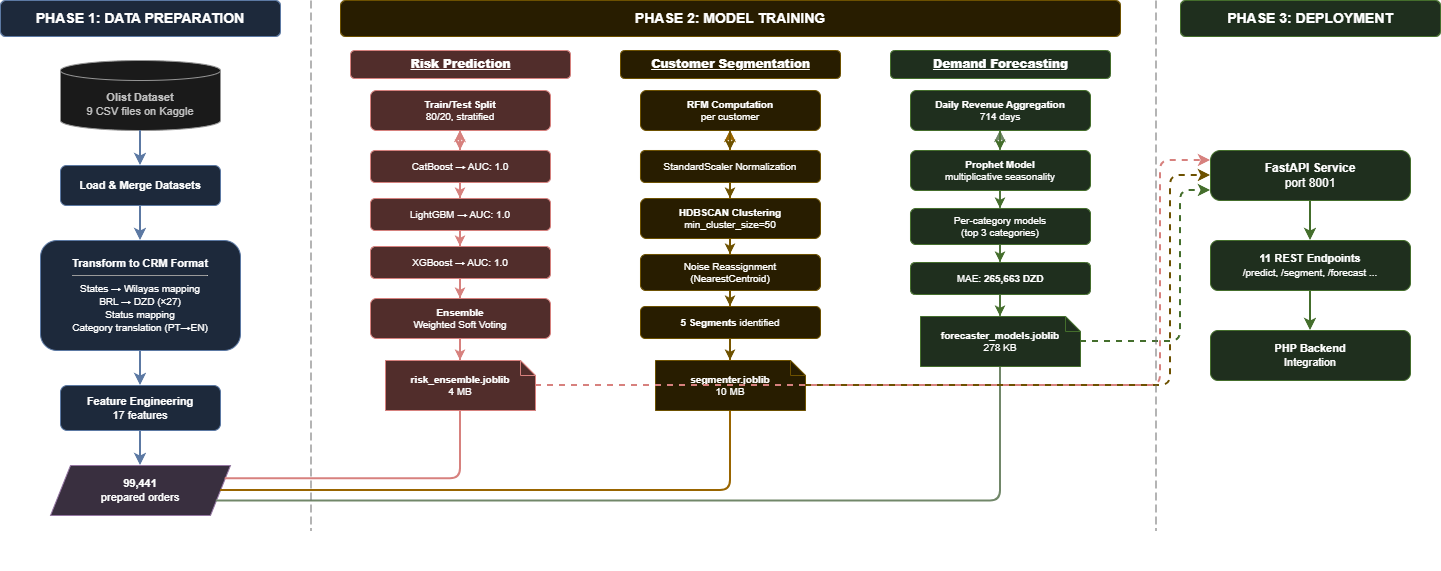
Before: docs/diagrams/ml_pipeline.drawio.png, a diagram exported from draw.io (amine-dubs/COD-CRM). Source tidied: cells renumbered, new cells last; positions are measured from the earlier drawing's top-left corner, leaving out a move shared by most shapes.
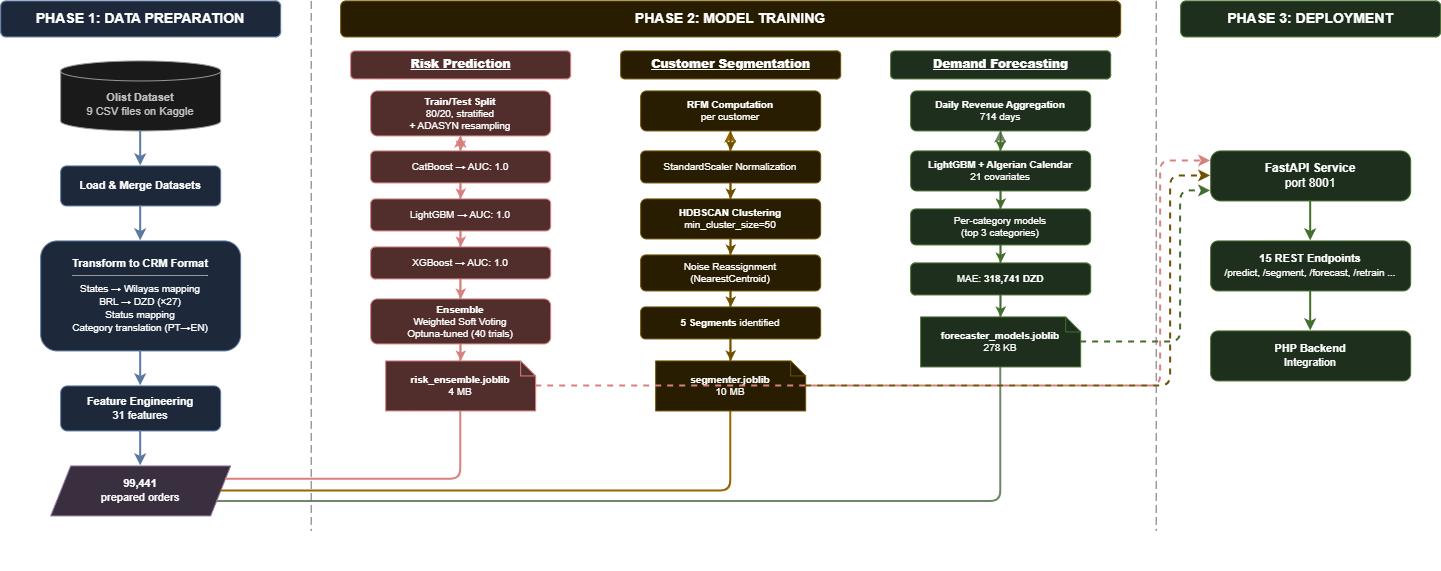
Above is the later version.

What changed in the source:
```diff
@@ -26,21 +26,21 @@
     <mxCell id="9" style="edgeStyle=orthogonalEdgeStyle;rounded=0;strokeColor=#6c8ebf;strokeWidth=2;" parent="1" edge="1" source="6" target="8">
       <mxGeometry relative="1" as="geometry" />
     </mxCell>
-    <mxCell id="10" value="&lt;b&gt;Feature Engineering&lt;/b&gt;&lt;br&gt;17 features" style="rounded=1;whiteSpace=wrap;html=1;fillColor=#dae8fc;strokeColor=#6c8ebf;fontSize=11;" parent="1" vertex="1">
-      <mxGeometry x="60" y="385" width="160" height="45" as="geometry" />
-    </mxCell>
-    <mxCell id="11" style="edgeStyle=orthogonalEdgeStyle;rounded=0;strokeColor=#6c8ebf;strokeWidth=2;" parent="1" edge="1" source="8" target="10">
-      <mxGeometry relative="1" as="geometry" />
-    </mxCell>
+    <mxCell id="62" value="&lt;b&gt;Feature Engineering&lt;/b&gt;&lt;br&gt;31 features" style="rounded=1;whiteSpace=wrap;html=1;fillColor=#dae8fc;strokeColor=#6c8ebf;fontSize=11;" parent="1" vertex="1">
+      <mxGeometry x="60" y="385" width="160" height="45" as="geometry" />
+    </mxCell>
+    <mxCell id="63" style="edgeStyle=orthogonalEdgeStyle;rounded=0;strokeColor=#6c8ebf;strokeWidth=2;" parent="1" edge="1" source="8" target="62">
+      <mxGeometry relative="1" as="geometry" />
+    </mxCell>
     <mxCell id="12" value="&lt;b&gt;99,441&lt;/b&gt;&lt;br&gt;prepared orders" style="shape=parallelogram;perimeter=parallelogramPerimeter;whiteSpace=wrap;html=1;fixedSize=1;fillColor=#e1d5e7;strokeColor=#9673a6;fontSize=11;" parent="1" vertex="1">
       <mxGeometry x="50" y="465" width="180" height="50" as="geometry" />
     </mxCell>
-    <mxCell id="13" style="edgeStyle=orthogonalEdgeStyle;rounded=0;strokeColor=#6c8ebf;strokeWidth=2;" parent="1" edge="1" source="10" target="12">
-      <mxGeometry relative="1" as="geometry" />
-    </mxCell>
-    <mxCell id="14" style="edgeStyle=orthogonalEdgeStyle;rounded=1;strokeColor=#b85450;strokeWidth=2;exitX=1;exitY=0.25;exitDx=0;exitDy=0;" parent="1" edge="1" source="12" target="18">
-      <mxGeometry relative="1" as="geometry" />
-    </mxCell>
+    <mxCell id="64" style="edgeStyle=orthogonalEdgeStyle;rounded=0;strokeColor=#6c8ebf;strokeWidth=2;" parent="1" edge="1" source="62" target="12">
+      <mxGeometry relative="1" as="geometry" />
+    </mxCell>
+    <mxCell id="65" style="edgeStyle=orthogonalEdgeStyle;rounded=1;strokeColor=#b85450;strokeWidth=2;exitX=1;exitY=0.25;exitDx=0;exitDy=0;" parent="1" edge="1" source="12" target="66">
+      <mxGeometry relative="1" as="geometry" />
+    </mxCell>
     <mxCell id="15" style="edgeStyle=orthogonalEdgeStyle;rounded=1;strokeColor=#d79b00;strokeWidth=2;exitX=1;exitY=0.5;exitDx=0;exitDy=0;" parent="1" edge="1" source="12" target="30">
       <mxGeometry relative="1" as="geometry" />
     </mxCell>
@@ -50,15 +50,15 @@
     <mxCell id="17" value="&lt;b&gt;Risk Prediction&lt;/b&gt;" style="text;html=1;fontSize=12;fontStyle=5;align=center;verticalAlign=middle;fillColor=#f8cecc;strokeColor=#b85450;rounded=1;" parent="1" vertex="1">
       <mxGeometry x="350" y="50" width="220" height="28" as="geometry" />
     </mxCell>
-    <mxCell id="18" value="&lt;b&gt;Train/Test Split&lt;/b&gt;&lt;br&gt;80/20, stratified" style="rounded=1;whiteSpace=wrap;html=1;fillColor=#f8cecc;strokeColor=#b85450;fontSize=10;" parent="1" vertex="1">
-      <mxGeometry x="370" y="90" width="180" height="40" as="geometry" />
-    </mxCell>
+    <mxCell id="66" value="&lt;b&gt;Train/Test Split&lt;/b&gt;&lt;br&gt;80/20, stratified&lt;br&gt;&lt;font size=&quot;1&quot;&gt;+ ADASYN resampling&lt;/font&gt;" style="rounded=1;whiteSpace=wrap;html=1;fillColor=#f8cecc;strokeColor=#b85450;fontSize=10;" parent="1" vertex="1">
+      <mxGeometry x="370" y="90" width="180" height="45" as="geometry" />
+    </mxCell>
     <mxCell id="19" value="CatBoost &amp;rarr; AUC: 1.0" style="rounded=1;whiteSpace=wrap;html=1;fillColor=#f8cecc;strokeColor=#b85450;fontSize=10;" parent="1" vertex="1">
       <mxGeometry x="370" y="150" width="180" height="32" as="geometry" />
     </mxCell>
-    <mxCell id="20" style="edgeStyle=orthogonalEdgeStyle;rounded=0;strokeColor=#b85450;strokeWidth=1.5;" parent="1" edge="1" source="18" target="19">
-      <mxGeometry relative="1" as="geometry" />
-    </mxCell>
+    <mxCell id="67" style="edgeStyle=orthogonalEdgeStyle;rounded=0;strokeColor=#b85450;strokeWidth=1.5;" parent="1" edge="1" source="66" target="19">
+      <mxGeometry relative="1" as="geometry" />
+    </mxCell>
     <mxCell id="21" value="LightGBM &amp;rarr; AUC: 1.0" style="rounded=1;whiteSpace=wrap;html=1;fillColor=#f8cecc;strokeColor=#b85450;fontSize=10;" parent="1" vertex="1">
       <mxGeometry x="370" y="198" width="180" height="32" as="geometry" />
     </mxCell>
@@ -71,18 +71,18 @@
     <mxCell id="24" style="edgeStyle=orthogonalEdgeStyle;rounded=0;strokeColor=#b85450;strokeWidth=1.5;" parent="1" edge="1" source="21" target="23">
       <mxGeometry relative="1" as="geometry" />
     </mxCell>
-    <mxCell id="25" value="&lt;b&gt;Ensemble&lt;/b&gt;&lt;br&gt;Weighted Soft Voting" style="rounded=1;whiteSpace=wrap;html=1;fillColor=#f8cecc;strokeColor=#b85450;fontSize=10;" parent="1" vertex="1">
-      <mxGeometry x="370" y="298" width="180" height="40" as="geometry" />
-    </mxCell>
-    <mxCell id="26" style="edgeStyle=orthogonalEdgeStyle;rounded=0;strokeColor=#b85450;strokeWidth=1.5;" parent="1" edge="1" source="23" target="25">
-      <mxGeometry relative="1" as="geometry" />
-    </mxCell>
+    <mxCell id="68" value="&lt;b&gt;Ensemble&lt;/b&gt;&lt;br&gt;Weighted Soft Voting&lt;br&gt;&lt;font size=&quot;1&quot;&gt;Optuna-tuned (40 trials)&lt;/font&gt;" style="rounded=1;whiteSpace=wrap;html=1;fillColor=#f8cecc;strokeColor=#b85450;fontSize=10;" parent="1" vertex="1">
+      <mxGeometry x="370" y="298" width="180" height="45" as="geometry" />
+    </mxCell>
+    <mxCell id="69" style="edgeStyle=orthogonalEdgeStyle;rounded=0;strokeColor=#b85450;strokeWidth=1.5;" parent="1" edge="1" source="23" target="68">
+      <mxGeometry relative="1" as="geometry" />
+    </mxCell>
     <mxCell id="27" value="&lt;b&gt;risk_ensemble.joblib&lt;/b&gt;&lt;br&gt;4 MB" style="shape=note;whiteSpace=wrap;html=1;backgroundOutline=1;size=15;fillColor=#f8cecc;strokeColor=#b85450;fontSize=10;" parent="1" vertex="1">
       <mxGeometry x="385" y="360" width="150" height="50" as="geometry" />
     </mxCell>
-    <mxCell id="28" style="edgeStyle=orthogonalEdgeStyle;rounded=0;strokeColor=#b85450;strokeWidth=1.5;" parent="1" edge="1" source="25" target="27">
-      <mxGeometry relative="1" as="geometry" />
-    </mxCell>
+    <mxCell id="70" style="edgeStyle=orthogonalEdgeStyle;rounded=0;strokeColor=#b85450;strokeWidth=1.5;" parent="1" edge="1" source="68" target="27">
+      <mxGeometry relative="1" as="geometry" />
+    </mxCell>
     <mxCell id="29" value="&lt;b&gt;Customer Segmentation&lt;/b&gt;" style="text;html=1;fontSize=12;fontStyle=5;align=center;verticalAlign=middle;fillColor=#fff2cc;strokeColor=#d6b656;rounded=1;" parent="1" vertex="1">
       <mxGeometry x="620" y="50" width="220" height="28" as="geometry" />
     </mxCell>
@@ -125,45 +125,45 @@
     <mxCell id="42" value="&lt;b&gt;Daily Revenue Aggregation&lt;/b&gt;&lt;br&gt;714 days" style="rounded=1;whiteSpace=wrap;html=1;fillColor=#d5e8d4;strokeColor=#82b366;fontSize=10;" parent="1" vertex="1">
       <mxGeometry x="910" y="90" width="180" height="40" as="geometry" />
     </mxCell>
-    <mxCell id="43" value="&lt;b&gt;Prophet Model&lt;/b&gt;&lt;br&gt;multiplicative seasonality" style="rounded=1;whiteSpace=wrap;html=1;fillColor=#d5e8d4;strokeColor=#82b366;fontSize=10;" parent="1" vertex="1">
-      <mxGeometry x="910" y="150" width="180" height="40" as="geometry" />
-    </mxCell>
-    <mxCell id="44" style="edgeStyle=orthogonalEdgeStyle;rounded=0;strokeColor=#82b366;strokeWidth=1.5;" parent="1" edge="1" source="42" target="43">
-      <mxGeometry relative="1" as="geometry" />
-    </mxCell>
+    <mxCell id="71" value="&lt;b&gt;LightGBM + Algerian Calendar&lt;/b&gt;&lt;br&gt;21 covariates" style="rounded=1;whiteSpace=wrap;html=1;fillColor=#d5e8d4;strokeColor=#82b366;fontSize=10;" parent="1" vertex="1">
+      <mxGeometry x="910" y="150" width="180" height="40" as="geometry" />
+    </mxCell>
+    <mxCell id="72" style="edgeStyle=orthogonalEdgeStyle;rounded=0;strokeColor=#82b366;strokeWidth=1.5;" parent="1" edge="1" source="42" target="71">
+      <mxGeometry relative="1" as="geometry" />
+    </mxCell>
     <mxCell id="45" value="Per-category models&lt;br&gt;(top 3 categories)" style="rounded=1;whiteSpace=wrap;html=1;fillColor=#d5e8d4;strokeColor=#82b366;fontSize=10;" parent="1" vertex="1">
       <mxGeometry x="910" y="208" width="180" height="36" as="geometry" />
     </mxCell>
-    <mxCell id="46" style="edgeStyle=orthogonalEdgeStyle;rounded=0;strokeColor=#82b366;strokeWidth=1.5;" parent="1" edge="1" source="43" target="45">
-      <mxGeometry relative="1" as="geometry" />
-    </mxCell>
-    <mxCell id="47" value="MAE: &lt;b&gt;265,663 DZD&lt;/b&gt;" style="rounded=1;whiteSpace=wrap;html=1;fillColor=#d5e8d4;strokeColor=#82b366;fontSize=10;" parent="1" vertex="1">
-      <mxGeometry x="910" y="262" width="180" height="32" as="geometry" />
-    </mxCell>
-    <mxCell id="48" style="edgeStyle=orthogonalEdgeStyle;rounded=0;strokeColor=#82b366;strokeWidth=1.5;" parent="1" edge="1" source="45" target="47">
-      <mxGeometry relative="1" as="geometry" />
-    </mxCell>
+    <mxCell id="73" style="edgeStyle=orthogonalEdgeStyle;rounded=0;strokeColor=#82b366;strokeWidth=1.5;" parent="1" edge="1" source="71" target="45">
+      <mxGeometry relative="1" as="geometry" />
+    </mxCell>
+    <mxCell id="74" value="MAE: &lt;b&gt;318,741 DZD&lt;/b&gt;" style="rounded=1;whiteSpace=wrap;html=1;fillColor=#d5e8d4;strokeColor=#82b366;fontSize=10;" parent="1" vertex="1">
+      <mxGeometry x="910" y="262" width="180" height="32" as="geometry" />
+    </mxCell>
+    <mxCell id="75" style="edgeStyle=orthogonalEdgeStyle;rounded=0;strokeColor=#82b366;strokeWidth=1.5;" parent="1" edge="1" source="45" target="74">
+      <mxGeometry relative="1" as="geometry" />
+    </mxCell>
     <mxCell id="49" value="&lt;b&gt;forecaster_models.joblib&lt;/b&gt;&lt;br&gt;278 KB" style="shape=note;whiteSpace=wrap;html=1;backgroundOutline=1;size=15;fillColor=#d5e8d4;strokeColor=#82b366;fontSize=10;" parent="1" vertex="1">
       <mxGeometry x="920" y="316" width="160" height="50" as="geometry" />
     </mxCell>
-    <mxCell id="50" style="edgeStyle=orthogonalEdgeStyle;rounded=0;strokeColor=#82b366;strokeWidth=1.5;" parent="1" edge="1" source="47" target="49">
-      <mxGeometry relative="1" as="geometry" />
-    </mxCell>
+    <mxCell id="76" style="edgeStyle=orthogonalEdgeStyle;rounded=0;strokeColor=#82b366;strokeWidth=1.5;" parent="1" edge="1" source="74" target="49">
+      <mxGeometry relative="1" as="geometry" />
+    </mxCell>
     <mxCell id="51" value="&lt;b&gt;FastAPI Service&lt;/b&gt;&lt;br&gt;port 8001" style="rounded=1;whiteSpace=wrap;html=1;fillColor=#d5e8d4;strokeColor=#82b366;fontSize=12;fontStyle=0;arcSize=20;" parent="1" vertex="1">
       <mxGeometry x="1210" y="150" width="200" height="50" as="geometry" />
     </mxCell>
-    <mxCell id="52" value="&lt;b&gt;11 REST Endpoints&lt;/b&gt;&lt;br&gt;&lt;font size=&quot;1&quot;&gt;/predict, /segment, /forecast ...&lt;/font&gt;" style="rounded=1;whiteSpace=wrap;html=1;fillColor=#d5e8d4;strokeColor=#82b366;fontSize=11;" parent="1" vertex="1">
-      <mxGeometry x="1210" y="240" width="200" height="50" as="geometry" />
-    </mxCell>
-    <mxCell id="53" style="edgeStyle=orthogonalEdgeStyle;rounded=0;strokeColor=#82b366;strokeWidth=2;" parent="1" edge="1" source="51" target="52">
-      <mxGeometry relative="1" as="geometry" />
-    </mxCell>
+    <mxCell id="77" value="&lt;b&gt;15 REST Endpoints&lt;/b&gt;&lt;br&gt;&lt;font size=&quot;1&quot;&gt;/predict, /segment, /forecast, /retrain ...&lt;/font&gt;" style="rounded=1;whiteSpace=wrap;html=1;fillColor=#d5e8d4;strokeColor=#82b366;fontSize=11;" parent="1" vertex="1">
+      <mxGeometry x="1210" y="240" width="200" height="50" as="geometry" />
+    </mxCell>
+    <mxCell id="78" style="edgeStyle=orthogonalEdgeStyle;rounded=0;strokeColor=#82b366;strokeWidth=2;" parent="1" edge="1" source="51" target="77">
+      <mxGeometry relative="1" as="geometry" />
+    </mxCell>
     <mxCell id="54" value="&lt;b&gt;PHP Backend&lt;/b&gt;&lt;br&gt;Integration" style="rounded=1;whiteSpace=wrap;html=1;fillColor=#d5e8d4;strokeColor=#82b366;fontSize=11;" parent="1" vertex="1">
       <mxGeometry x="1210" y="330" width="200" height="50" as="geometry" />
     </mxCell>
-    <mxCell id="55" style="edgeStyle=orthogonalEdgeStyle;rounded=0;strokeColor=#82b366;strokeWidth=2;" parent="1" edge="1" source="52" target="54">
-      <mxGeometry relative="1" as="geometry" />
-    </mxCell>
+    <mxCell id="79" style="edgeStyle=orthogonalEdgeStyle;rounded=0;strokeColor=#82b366;strokeWidth=2;" parent="1" edge="1" source="77" target="54">
+      <mxGeometry relative="1" as="geometry" />
+    </mxCell>
     <mxCell id="56" style="edgeStyle=orthogonalEdgeStyle;rounded=1;strokeColor=#b85450;strokeWidth=2;dashed=1;entryX=0;entryY=0.2;entryDx=0;entryDy=0;" parent="1" edge="1" source="27" target="51">
       <mxGeometry relative="1" as="geometry">
         <Array as="points">
@@ -188,12 +188,12 @@
         </Array>
       </mxGeometry>
     </mxCell>
-    <mxCell id="59" style="shape=line;strokeColor=#999999;strokeWidth=1;dashed=1;dashPattern=8 4;direction=south;" parent="1" vertex="1">
-      <mxGeometry x="310" width="1" height="530" as="geometry" />
-    </mxCell>
-    <mxCell id="60" style="shape=line;strokeColor=#999999;strokeWidth=1;dashed=1;dashPattern=8 4;direction=south;" parent="1" vertex="1">
-      <mxGeometry x="1155" width="1" height="530" as="geometry" />
-    </mxCell>
+    <mxCell id="80" style="shape=line;strokeColor=#999999;strokeWidth=1;dashed=1;dashPattern=8 4;direction=south;" parent="1" vertex="1">
+      <mxGeometry x="310" width="1" height="530" as="geometry" />
+    </mxCell>
+    <mxCell id="81" style="shape=line;strokeColor=#999999;strokeWidth=1;dashed=1;dashPattern=8 4;direction=south;" parent="1" vertex="1">
+      <mxGeometry x="1155" width="1" height="530" as="geometry" />
+    </mxCell>
     <mxCell id="61" value="&lt;font style=&quot;font-size: 18px;&quot;&gt;&lt;b&gt;COD-CRM ML Training Pipeline&lt;/b&gt;&lt;/font&gt;" style="text;html=1;align=center;verticalAlign=middle;whiteSpace=wrap;fillColor=none;strokeColor=none;" parent="1" vertex="1">
       <mxGeometry x="470" y="540" width="500" height="30" as="geometry" />
     </mxCell>
```
